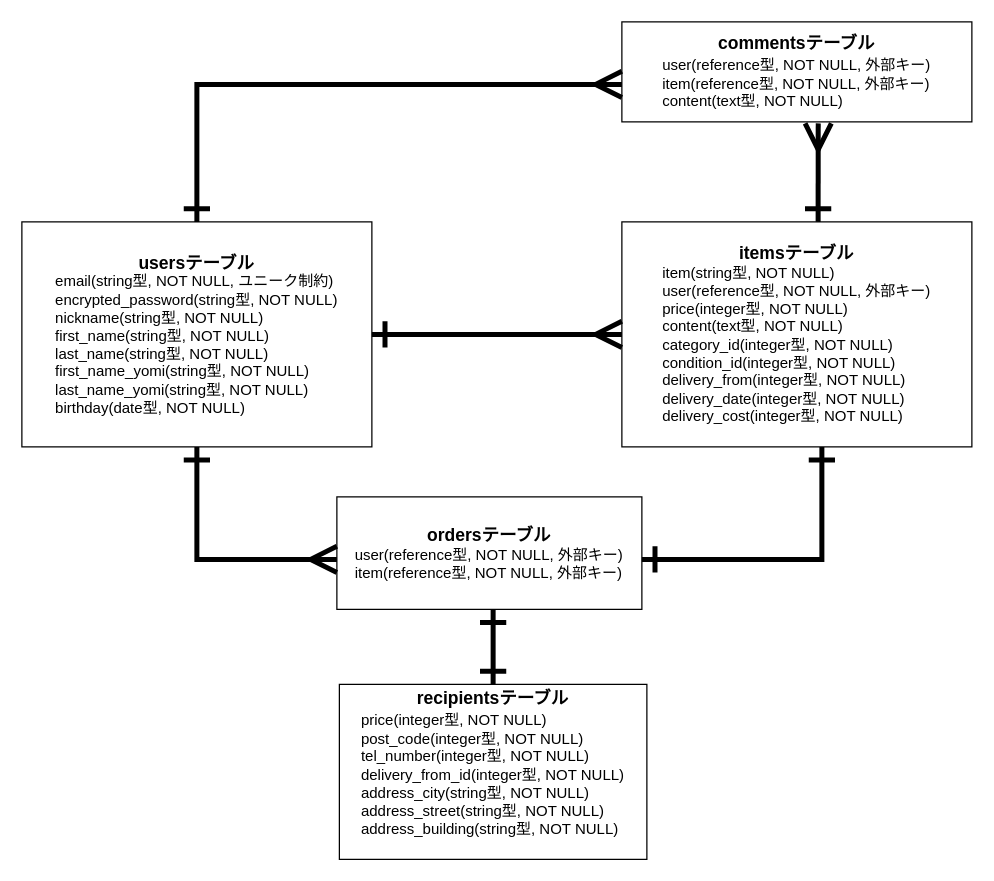
Above: config/erzu.dio in tsukitoremon/furima-39857 (draw.io), before the change. Source tidied: cells renumbered, new cells numbered last; positions are measured from the earlier drawing's top-left corner, leaving out a move shared by most shapes. Both pictures are drawn from the tidied source at 125%, with x=0, y=0 at pixel (21, 21).
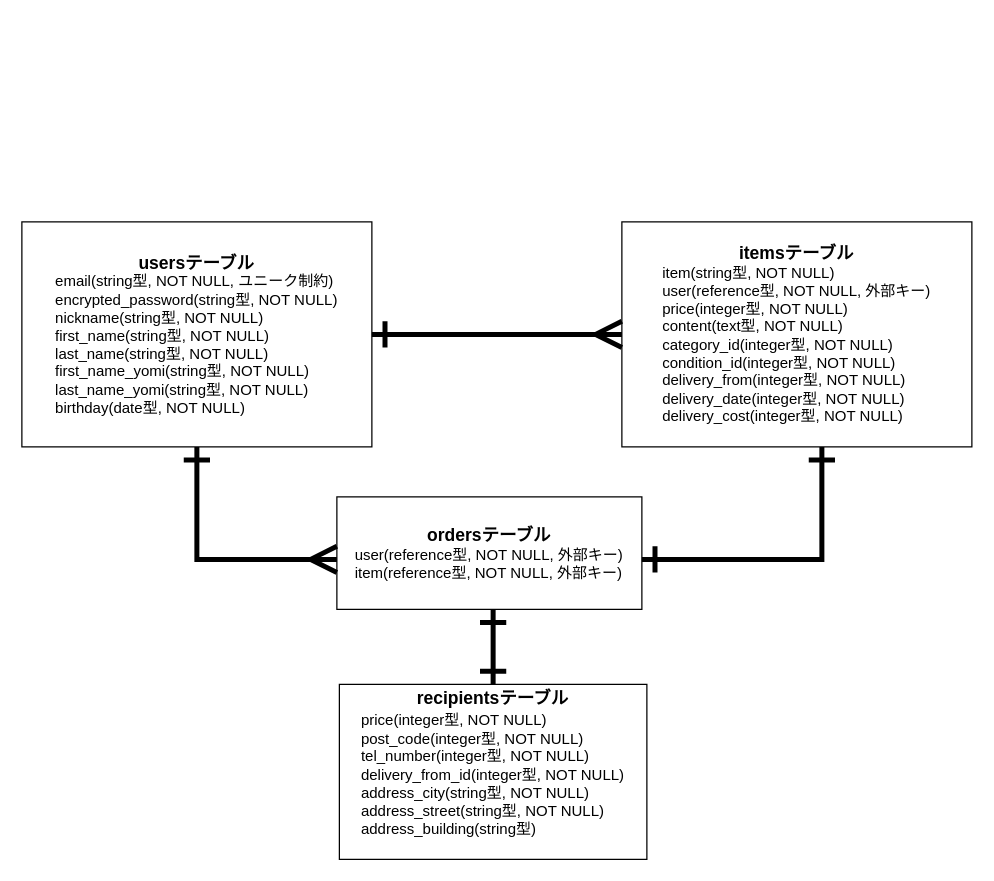
After the change.

Commit message (it also covers changes not shown here):
#3 データベース設計（再々々々々々々々）

The change refers to these unchanged cells:
```xml
<mxCell id="2" value="&lt;font style=&quot;font-size: 14px;&quot;&gt;&lt;b&gt;usersテーブル&lt;/b&gt;&lt;/font&gt;&lt;br&gt;&lt;div style=&quot;text-align: left;&quot;&gt;&lt;span style=&quot;background-color: initial;&quot;&gt;email(string型, NOT NULL, ユニーク制約)&lt;/span&gt;&lt;/div&gt;&lt;div style=&quot;text-align: left;&quot;&gt;&lt;span style=&quot;background-color: initial;&quot;&gt;encrypted_password(string型, NOT NULL)&lt;/span&gt;&lt;/div&gt;&lt;div style=&quot;text-align: left;&quot;&gt;&lt;span style=&quot;background-color: initial;&quot;&gt;nickname(string型, NOT NULL)&lt;/span&gt;&lt;/div&gt;&lt;div style=&quot;text-align: left;&quot;&gt;&lt;span style=&quot;background-color: initial;&quot;&gt;first_name(string型, NOT NULL)&lt;/span&gt;&lt;/div&gt;&lt;div style=&quot;text-align: left;&quot;&gt;&lt;span style=&quot;background-color: initial;&quot;&gt;last_name(string型, NOT NULL)&lt;/span&gt;&lt;/div&gt;&lt;div style=&quot;text-align: left;&quot;&gt;&lt;span style=&quot;background-color: initial;&quot;&gt;first_name_yomi(string型, NOT NULL)&lt;/span&gt;&lt;/div&gt;&lt;div style=&quot;text-align: left;&quot;&gt;&lt;span style=&quot;background-color: initial;&quot;&gt;last_name_yomi(string型, NOT NULL)&lt;/span&gt;&lt;/div&gt;&lt;div style=&quot;text-align: left;&quot;&gt;&lt;span style=&quot;background-color: initial;&quot;&gt;birthday(date型, NOT NULL)&lt;/span&gt;&lt;/div&gt;" style="whiteSpace=wrap;html=1;" parent="1" vertex="1">
  <mxGeometry y="160" width="280" height="180" as="geometry" />
</mxCell>
```

Diff of the diagram source:
```diff
@@
-    <mxCell id="5" value="&lt;b&gt;commentsテーブル&lt;/b&gt;&lt;br&gt;&lt;div style=&quot;text-align: left;&quot;&gt;&lt;span style=&quot;font-size: 12px; background-color: initial;&quot;&gt;user(reference型, NOT NULL, 外部キー)&lt;/span&gt;&lt;/div&gt;&lt;span style=&quot;font-size: 12px;&quot;&gt;&lt;div style=&quot;text-align: left;&quot;&gt;&lt;span style=&quot;background-color: initial;&quot;&gt;item(reference型, NOT NULL, 外部キー)&lt;/span&gt;&lt;/div&gt;&lt;/span&gt;&lt;span style=&quot;font-size: 12px;&quot;&gt;&lt;div style=&quot;text-align: left;&quot;&gt;&lt;span style=&quot;background-color: initial;&quot;&gt;content(text型, NOT NULL)&lt;/span&gt;&lt;/div&gt;&lt;/span&gt;" style="whiteSpace=wrap;html=1;fontSize=14;" parent="1" vertex="1">
-      <mxGeometry x="480" width="280" height="80" as="geometry" />
-    </mxCell>
@@
-    <mxCell id="9" style="edgeStyle=none;jettySize=auto;html=1;rounded=0;strokeWidth=4;fontSize=14;startArrow=ERmany;startFill=0;endArrow=ERone;endFill=0;startSize=16;endSize=16;exitX=0.561;exitY=1.015;exitDx=0;exitDy=0;exitPerimeter=0;" parent="1" edge="1" source="5">
-      <mxGeometry relative="1" as="geometry">
-        <mxPoint x="637" y="160" as="targetPoint" />
-      </mxGeometry>
-    </mxCell>
-    <mxCell id="10" style="edgeStyle=none;jettySize=auto;html=1;rounded=0;strokeWidth=4;fontSize=14;startArrow=ERmany;startFill=0;endArrow=ERone;endFill=0;startSize=16;endSize=16;entryX=0.5;entryY=0;entryDx=0;entryDy=0;exitX=0;exitY=0.625;exitDx=0;exitDy=0;exitPerimeter=0;" parent="1" edge="1" source="5" target="2">
-      <mxGeometry relative="1" as="geometry">
-        <Array as="points">
-          <mxPoint x="140" y="50" />
-        </Array>
-      </mxGeometry>
-    </mxCell>
-    <mxCell id="11" value="&lt;font style=&quot;font-size: 14px;&quot;&gt;&lt;b&gt;recipientsテーブル&lt;br&gt;&lt;div style=&quot;text-align: left;&quot;&gt;&lt;span style=&quot;font-size: 12px; background-color: initial; font-weight: normal;&quot;&gt;price(integer型, NOT NULL)&lt;/span&gt;&lt;/div&gt;&lt;/b&gt;&lt;/font&gt;&lt;div style=&quot;text-align: left;&quot;&gt;&lt;span style=&quot;background-color: initial;&quot;&gt;post_code(integer型, NOT NULL)&lt;/span&gt;&lt;/div&gt;&lt;div style=&quot;text-align: left;&quot;&gt;&lt;span style=&quot;background-color: initial;&quot;&gt;tel_number(integer型, NOT NULL)&lt;/span&gt;&lt;/div&gt;&lt;div style=&quot;text-align: left;&quot;&gt;&lt;span style=&quot;background-color: initial;&quot;&gt;delivery_from_id(integer型, NOT NULL)&lt;/span&gt;&lt;/div&gt;&lt;div style=&quot;text-align: left;&quot;&gt;&lt;span style=&quot;background-color: initial;&quot;&gt;address_city(string型, NOT NULL)&lt;/span&gt;&lt;/div&gt;&lt;div style=&quot;text-align: left;&quot;&gt;address_street(string型, NOT NULL)&lt;span style=&quot;background-color: initial;&quot;&gt;&lt;br&gt;&lt;/span&gt;&lt;/div&gt;&lt;div style=&quot;text-align: left;&quot;&gt;address_building(string型, NOT NULL)&lt;br&gt;&lt;/div&gt;&lt;div style=&quot;text-align: left;&quot;&gt;&lt;br&gt;&lt;/div&gt;" style="whiteSpace=wrap;html=1;" parent="1" vertex="1">
+    <mxCell id="11" value="&lt;font style=&quot;font-size: 14px;&quot;&gt;&lt;b&gt;recipientsテーブル&lt;br&gt;&lt;div style=&quot;text-align: left;&quot;&gt;&lt;span style=&quot;font-size: 12px; background-color: initial; font-weight: normal;&quot;&gt;price(integer型, NOT NULL)&lt;/span&gt;&lt;/div&gt;&lt;/b&gt;&lt;/font&gt;&lt;div style=&quot;text-align: left;&quot;&gt;&lt;span style=&quot;background-color: initial;&quot;&gt;post_code(integer型, NOT NULL)&lt;/span&gt;&lt;/div&gt;&lt;div style=&quot;text-align: left;&quot;&gt;&lt;span style=&quot;background-color: initial;&quot;&gt;tel_number(integer型, NOT NULL)&lt;/span&gt;&lt;/div&gt;&lt;div style=&quot;text-align: left;&quot;&gt;&lt;span style=&quot;background-color: initial;&quot;&gt;delivery_from_id(integer型, NOT NULL)&lt;/span&gt;&lt;/div&gt;&lt;div style=&quot;text-align: left;&quot;&gt;&lt;span style=&quot;background-color: initial;&quot;&gt;address_city(string型, NOT NULL)&lt;/span&gt;&lt;/div&gt;&lt;div style=&quot;text-align: left;&quot;&gt;address_street(string型, NOT NULL)&lt;span style=&quot;background-color: initial;&quot;&gt;&lt;br&gt;&lt;/span&gt;&lt;/div&gt;&lt;div style=&quot;text-align: left;&quot;&gt;address_building(string型)&lt;br&gt;&lt;/div&gt;&lt;div style=&quot;text-align: left;&quot;&gt;&lt;br&gt;&lt;/div&gt;" style="whiteSpace=wrap;html=1;" parent="1" vertex="1">
       <mxGeometry x="254" y="530" width="246" height="140" as="geometry" />
     </mxCell>
```
